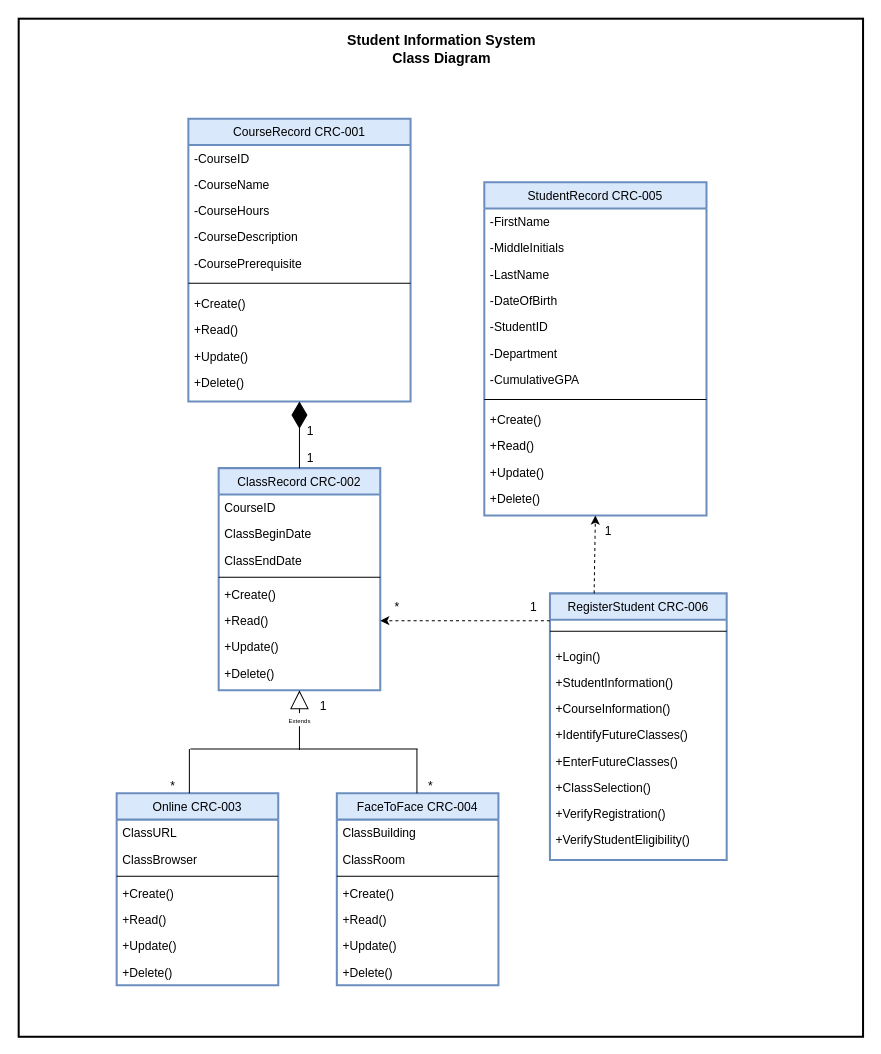
This is 4-1-Assignment.drawio from kincaidtk901/Workspace, a draw.io file, before an edit. Source tidied: cells renumbered, new cells numbered last; positions are measured from the earlier drawing's top-left corner, leaving out a move shared by most shapes. Both pictures are drawn from the tidied source at 101%, with x=0, y=0 at pixel (18, 18).
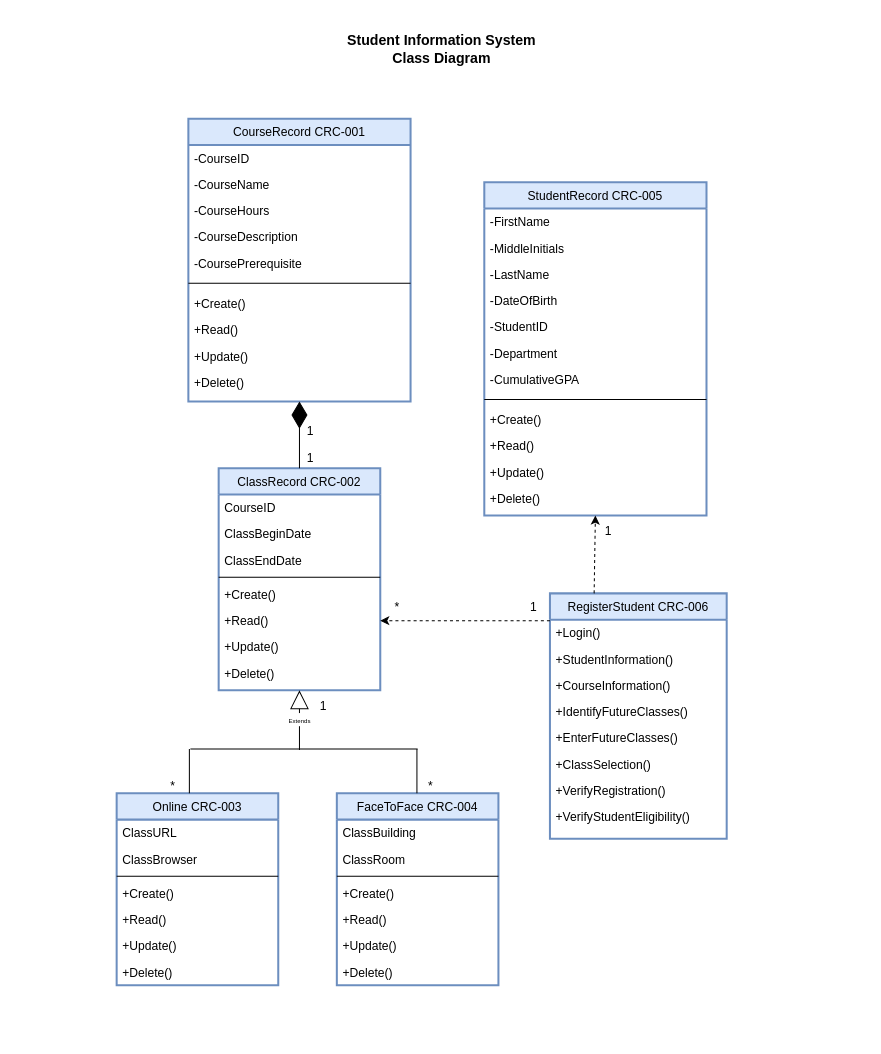
The same diagram, later.

The edit, as a diff of the source:
```diff
@@
     <mxCell id="52" value="RegisterStudent CRC-006" style="swimlane;fontStyle=0;align=center;verticalAlign=top;horizontal=1;startSize=26;rounded=0;shadow=0;strokeWidth=2;fillColor=#dae8fc;strokeColor=#6c8ebf;" parent="1" vertex="1">
-      <mxGeometry x="526" y="569" width="175" height="264" as="geometry" />
+      <mxGeometry x="526" y="569" width="175" height="243" as="geometry" />
     </mxCell>
-    <mxCell id="53" style="line;html=1;strokeWidth=1;align=left;verticalAlign=middle;spacingTop=-1;spacingLeft=3;spacingRight=3;labelPosition=right;" parent="52" vertex="1">
-      <mxGeometry y="26" width="175" height="23" as="geometry" />
-    </mxCell>
     <mxCell id="54" value="+Login()" style="text;align=left;verticalAlign=top;spacingLeft=4;spacingRight=4;overflow=hidden;" parent="52" vertex="1">
-      <mxGeometry y="49" width="175" height="26" as="geometry" />
+      <mxGeometry y="26" width="175" height="26" as="geometry" />
     </mxCell>
     <mxCell id="55" value="+StudentInformation()" style="text;align=left;verticalAlign=top;spacingLeft=4;spacingRight=4;overflow=hidden;" parent="52" vertex="1">
-      <mxGeometry y="75" width="175" height="26" as="geometry" />
+      <mxGeometry y="52" width="175" height="26" as="geometry" />
     </mxCell>
     <mxCell id="56" value="+CourseInformation()" style="text;align=left;verticalAlign=top;spacingLeft=4;spacingRight=4;overflow=hidden;" parent="52" vertex="1">
-      <mxGeometry y="101" width="175" height="26" as="geometry" />
+      <mxGeometry y="78" width="175" height="26" as="geometry" />
     </mxCell>
     <mxCell id="57" value="+IdentifyFutureClasses()" style="text;align=left;verticalAlign=top;spacingLeft=4;spacingRight=4;overflow=hidden;" parent="52" vertex="1">
-      <mxGeometry y="127" width="175" height="26" as="geometry" />
+      <mxGeometry y="104" width="175" height="26" as="geometry" />
     </mxCell>
     <mxCell id="58" value="+EnterFutureClasses()" style="text;align=left;verticalAlign=top;spacingLeft=4;spacingRight=4;overflow=hidden;" parent="52" vertex="1">
-      <mxGeometry y="153" width="175" height="26" as="geometry" />
+      <mxGeometry y="130" width="175" height="26" as="geometry" />
     </mxCell>
     <mxCell id="59" value="+ClassSelection()" style="text;align=left;verticalAlign=top;spacingLeft=4;spacingRight=4;overflow=hidden;" parent="52" vertex="1">
-      <mxGeometry y="179" width="175" height="26" as="geometry" />
+      <mxGeometry y="156" width="175" height="26" as="geometry" />
     </mxCell>
     <mxCell id="60" value="+VerifyRegistration()" style="text;align=left;verticalAlign=top;spacingLeft=4;spacingRight=4;overflow=hidden;" parent="52" vertex="1">
-      <mxGeometry y="205" width="175" height="26" as="geometry" />
+      <mxGeometry y="182" width="175" height="26" as="geometry" />
     </mxCell>
     <mxCell id="61" value="+VerifyStudentEligibility()" style="text;align=left;verticalAlign=top;spacingLeft=4;spacingRight=4;overflow=hidden;" parent="52" vertex="1">
-      <mxGeometry y="231" width="175" height="26" as="geometry" />
+      <mxGeometry y="208" width="175" height="26" as="geometry" />
     </mxCell>
@@
-    <mxCell id="66" style="rounded=0;whiteSpace=wrap;html=1;strokeWidth=2;fillColor=none;" parent="1" vertex="1">
-      <mxGeometry width="836" height="1008" as="geometry" />
-    </mxCell>
```
